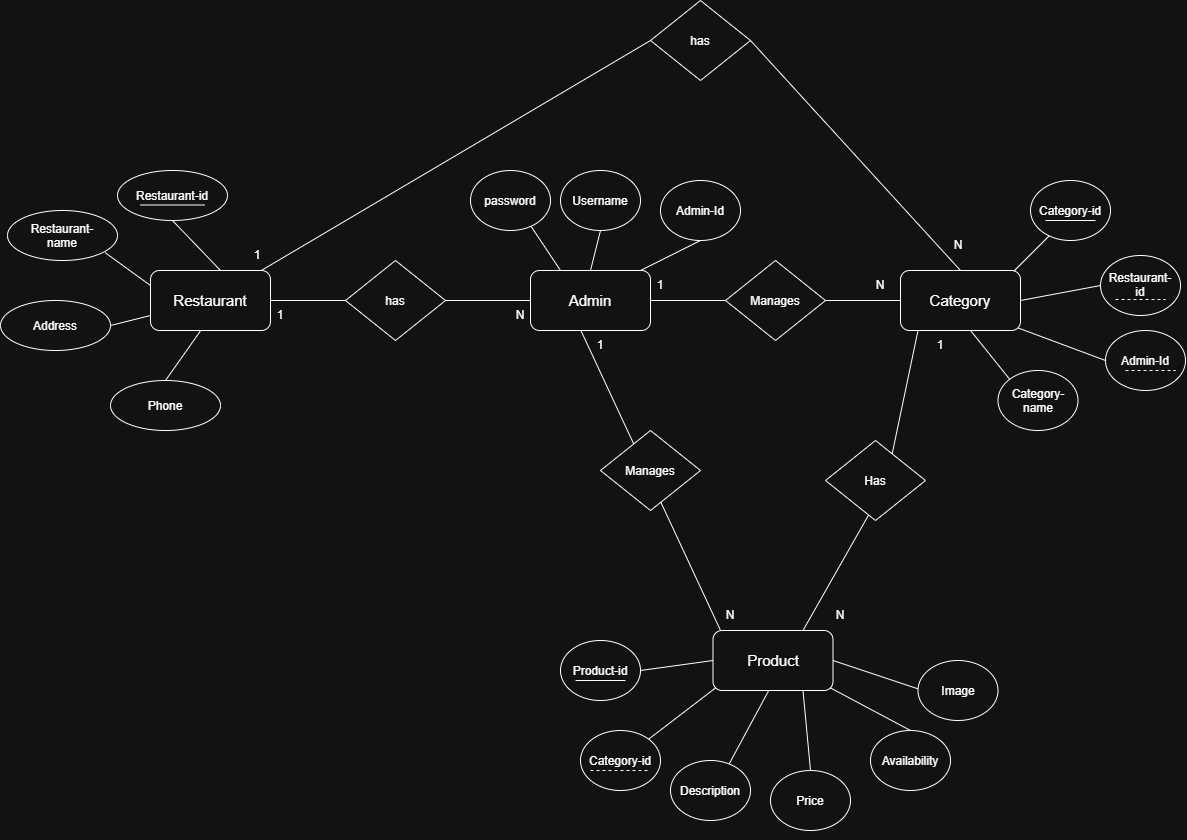
The draw.io diagram Diagram/ER.png in Rasowl-Rahimi/menu-restaurant, before a commit. Source tidied: cells renumbered, new cells last; positions are measured from the earlier drawing's top-left corner, leaving out a move shared by most shapes.
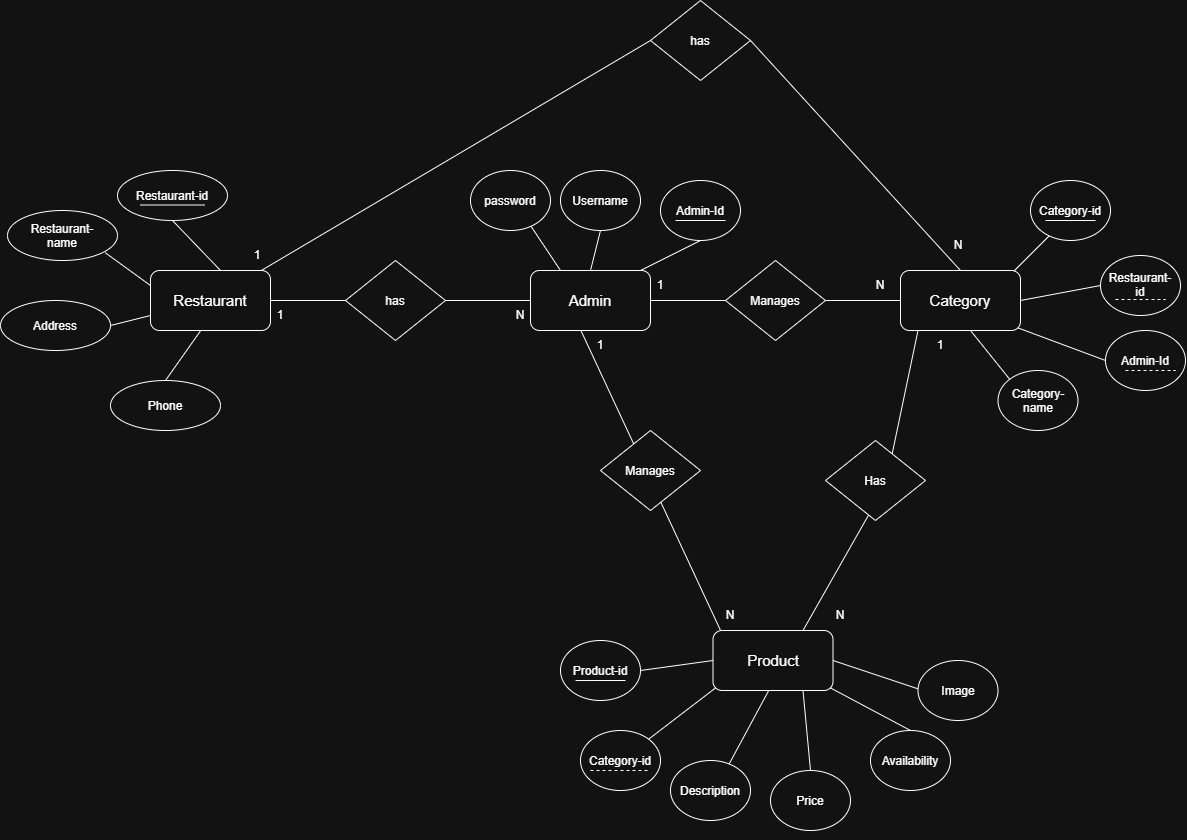
After the change.

Change to the diagram source:
```diff
@@ -252,5 +252,11 @@
     <mxCell id="71" value="N" style="text;html=1;whiteSpace=wrap;strokeColor=none;fillColor=none;align=center;verticalAlign=middle;rounded=0;" parent="1" vertex="1">
       <mxGeometry x="927.5" y="230" width="60" height="30" as="geometry" />
     </mxCell>
+    <mxCell id="72" style="endArrow=none;html=1;rounded=0;defaultLabelBackgroundColor=page;" parent="1" edge="1">
+      <mxGeometry relative="1" as="geometry">
+        <mxPoint x="725" y="220" as="sourcePoint" />
+        <mxPoint x="675" y="220" as="targetPoint" />
+      </mxGeometry>
+    </mxCell>
   </root>
 </mxGraphModel>
```
